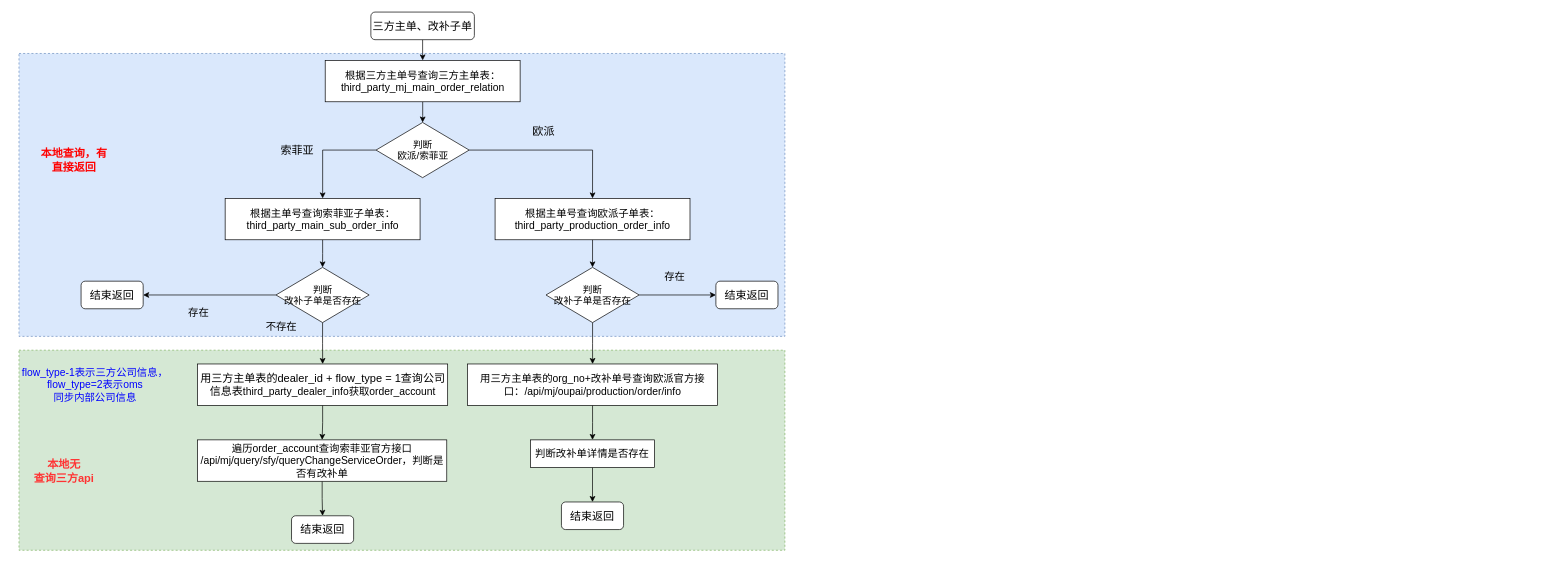
Above: 开放平台.drawio in jiangtao2048/diagrams (draw.io), before the change. Source tidied: cells renumbered, new cells numbered last; positions are measured from the earlier drawing's top-left corner, leaving out a move shared by most shapes. Both pictures are drawn from the tidied source at 69%, with x=0, y=0 at pixel (12, 12).
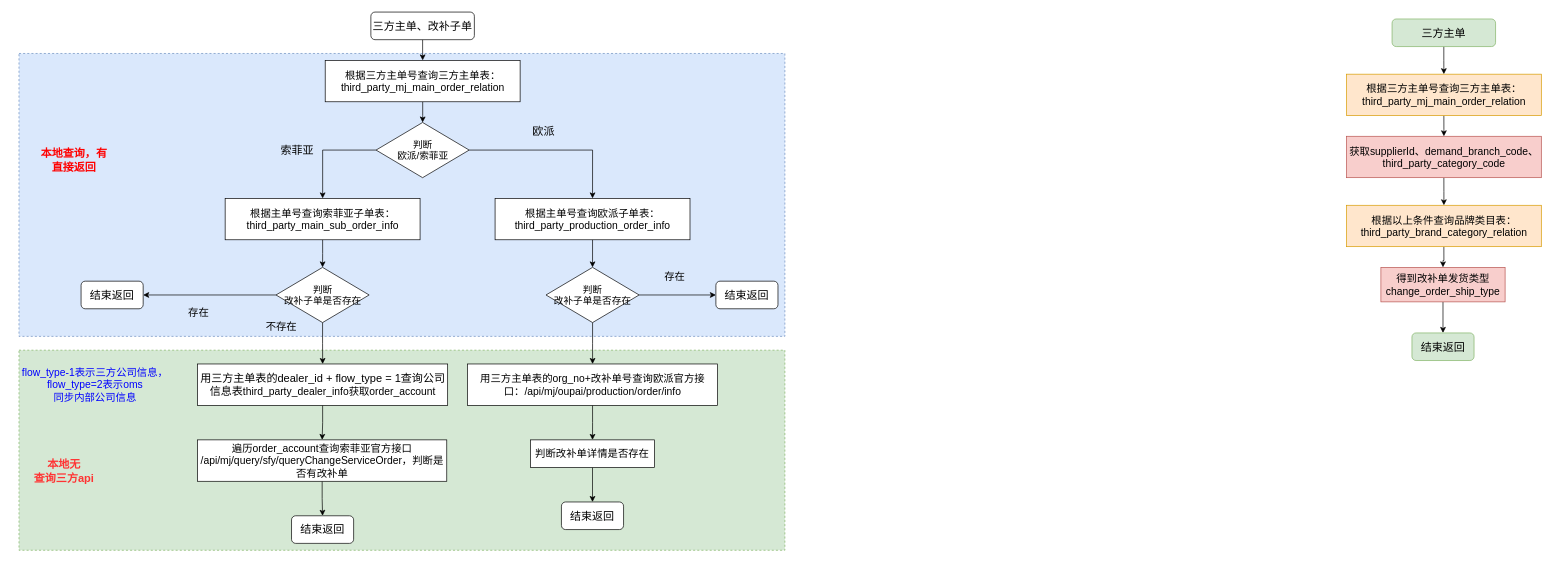
Above is the later version.

Commit message:
更新开放平台.drawio

Change to the diagram source:
```diff
@@
+    <mxCell id="41" style="edgeStyle=orthogonalEdgeStyle;rounded=0;jettySize=auto;html=1;exitX=0.5;exitY=1;exitDx=0;exitDy=0;entryX=0.5;entryY=0;entryDx=0;entryDy=0;" parent="1" edge="1" source="42" target="44">
+      <mxGeometry relative="1" as="geometry" />
+    </mxCell>
+    <mxCell id="42" value="&lt;font style=&quot;font-size: 16px;&quot;&gt;三方主单&lt;/font&gt;" style="rounded=1;whiteSpace=wrap;html=1;fillColor=#d5e8d4;strokeColor=#82b366;" parent="1" vertex="1">
+      <mxGeometry x="2000" y="10" width="150" height="40" as="geometry" />
+    </mxCell>
+    <mxCell id="43" style="edgeStyle=orthogonalEdgeStyle;rounded=0;jettySize=auto;html=1;exitX=0.5;exitY=1;exitDx=0;exitDy=0;" parent="1" edge="1" source="44" target="46">
+      <mxGeometry relative="1" as="geometry" />
+    </mxCell>
+    <mxCell id="44" value="&lt;font style=&quot;font-size: 15px;&quot;&gt;根据三方主单号查询三方主单表：third_party_mj_main_order_relation&lt;/font&gt;" style="rounded=0;whiteSpace=wrap;html=1;fillColor=#ffe6cc;strokeColor=#d79b00;" parent="1" vertex="1">
+      <mxGeometry x="1933.8" y="90" width="282.5" height="60" as="geometry" />
+    </mxCell>
+    <mxCell id="45" style="edgeStyle=orthogonalEdgeStyle;rounded=0;jettySize=auto;html=1;exitX=0.5;exitY=1;exitDx=0;exitDy=0;" parent="1" edge="1" source="46" target="48">
+      <mxGeometry relative="1" as="geometry" />
+    </mxCell>
+    <mxCell id="46" value="&lt;font style=&quot;font-size: 15px;&quot;&gt;获取supplierId、demand_branch_code、&lt;br&gt;third_party_category_code&lt;/font&gt;" style="rounded=0;whiteSpace=wrap;html=1;fillColor=#f8cecc;strokeColor=#b85450;" parent="1" vertex="1">
+      <mxGeometry x="1933.8" y="180" width="282.5" height="60" as="geometry" />
+    </mxCell>
+    <mxCell id="47" style="edgeStyle=orthogonalEdgeStyle;rounded=0;jettySize=auto;html=1;exitX=0.5;exitY=1;exitDx=0;exitDy=0;" parent="1" edge="1" source="48" target="50">
+      <mxGeometry relative="1" as="geometry" />
+    </mxCell>
+    <mxCell id="48" value="&lt;font style=&quot;font-size: 15px;&quot;&gt;根据以上条件查询品牌类目表：third_party_brand_category_relation&lt;/font&gt;" style="rounded=0;whiteSpace=wrap;html=1;fillColor=#ffe6cc;strokeColor=#d79b00;" parent="1" vertex="1">
+      <mxGeometry x="1933.8" y="280" width="282.5" height="60" as="geometry" />
+    </mxCell>
+    <mxCell id="49" style="edgeStyle=orthogonalEdgeStyle;rounded=0;jettySize=auto;html=1;exitX=0.5;exitY=1;exitDx=0;exitDy=0;" parent="1" edge="1" source="50" target="51">
+      <mxGeometry relative="1" as="geometry" />
+    </mxCell>
+    <mxCell id="50" value="&lt;font style=&quot;font-size: 15px;&quot;&gt;得到改补单发货类型&lt;br&gt;change_order_ship_type&lt;/font&gt;" style="rounded=0;whiteSpace=wrap;html=1;fillColor=#f8cecc;strokeColor=#b85450;" parent="1" vertex="1">
+      <mxGeometry x="1983.8" y="370" width="180" height="50" as="geometry" />
+    </mxCell>
+    <mxCell id="51" value="&lt;font style=&quot;font-size: 16px;&quot;&gt;结束返回&lt;/font&gt;" style="rounded=1;whiteSpace=wrap;html=1;fillColor=#d5e8d4;strokeColor=#82b366;" parent="1" vertex="1">
+      <mxGeometry x="2028.8" y="465" width="90" height="40" as="geometry" />
+    </mxCell>
```
